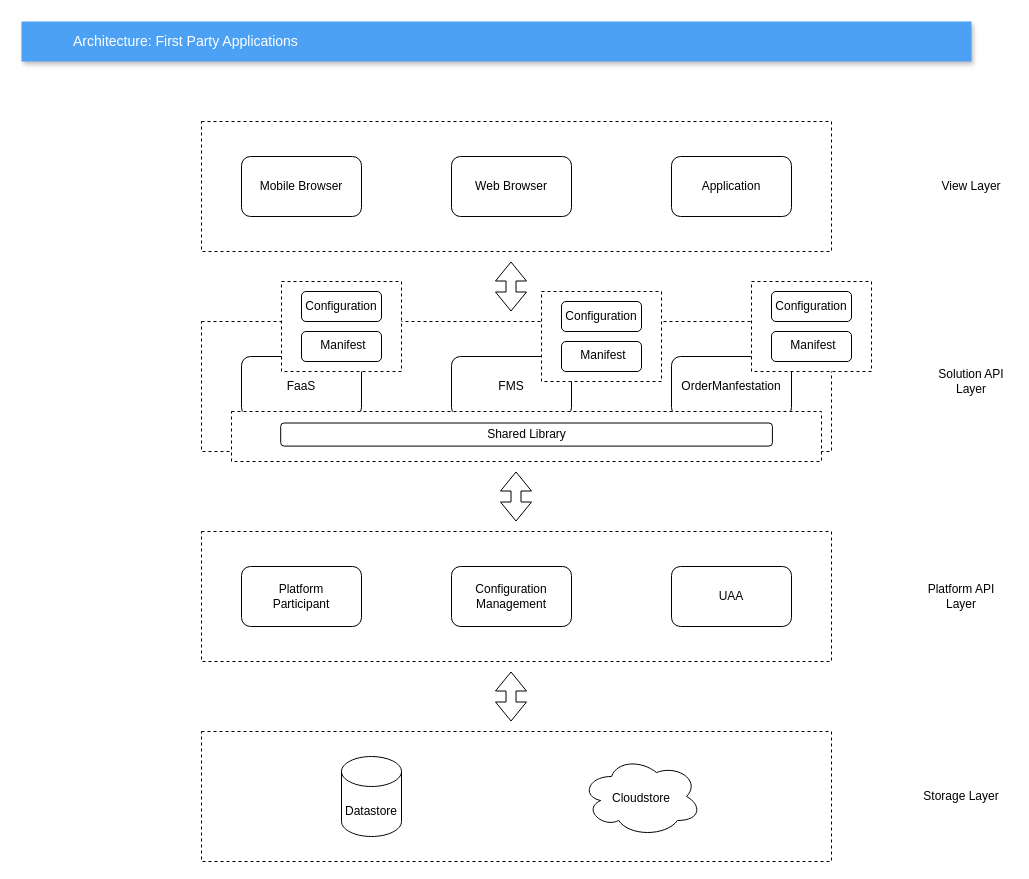
This is fpa.drawio from jayanthkmr/architecture-diagrams, a draw.io file, before an edit. Source tidied: cells renumbered, new cells numbered last; positions are measured from the earlier drawing's top-left corner, leaving out a move shared by most shapes. Both pictures are drawn from the tidied source at 100%, with x=0, y=0 at pixel (21, 21).
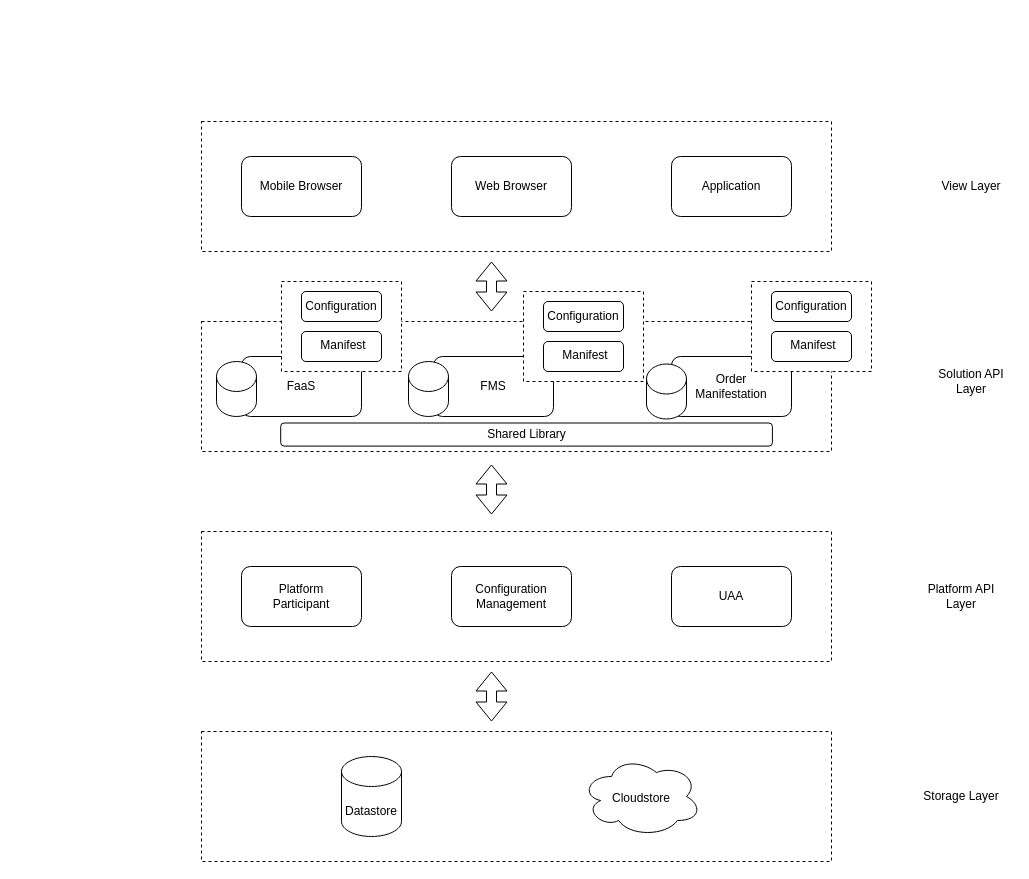
After the change.

The change refers to these unchanged cells:
```xml
<mxCell id="11" style="group;" parent="1" vertex="1">
  <mxGeometry x="180" y="300" width="630" height="140" as="geometry" />
</mxCell>
<mxCell id="19" style="group;" parent="11" vertex="1">
  <mxGeometry x="30" y="90" width="590" height="50" as="geometry" />
</mxCell>
<mxCell id="23" style="group;" parent="11" vertex="1">
  <mxGeometry x="340" y="-30" width="120" height="90" as="geometry" />
</mxCell>
```

Diff of the diagram source:
```diff
@@
-    <mxCell id="2" value="Architecture: First Party Applications" style="fillColor=#4DA1F5;strokeColor=none;shadow=1;gradientColor=none;fontSize=14;align=left;spacingLeft=50;fontColor=#ffffff;html=1;" parent="1" vertex="1">
-      <mxGeometry width="950" height="40" as="geometry" />
-    </mxCell>
@@
     <mxCell id="14" style="rounded=1;whiteSpace=wrap;html=1;" parent="11" vertex="1">
-      <mxGeometry x="250" y="35" width="120" height="60" as="geometry" />
+      <mxGeometry x="232" y="35" width="120" height="60" as="geometry" />
     </mxCell>
@@
     <mxCell id="17" value="FMS" style="text;html=1;strokeColor=none;fillColor=none;align=center;verticalAlign=middle;whiteSpace=wrap;rounded=0;" parent="11" vertex="1">
-      <mxGeometry x="265" y="55" width="90" height="20" as="geometry" />
+      <mxGeometry x="247" y="55" width="90" height="20" as="geometry" />
     </mxCell>
-    <mxCell id="18" value="OrderManfestation" style="text;html=1;strokeColor=none;fillColor=none;align=center;verticalAlign=middle;whiteSpace=wrap;rounded=0;" parent="11" vertex="1">
+    <mxCell id="18" value="Order&lt;br&gt;Manifestation" style="text;html=1;strokeColor=none;fillColor=none;align=center;verticalAlign=middle;whiteSpace=wrap;rounded=0;" parent="11" vertex="1">
       <mxGeometry x="485" y="55" width="90" height="20" as="geometry" />
     </mxCell>
@@
-    <mxCell id="20" style="rounded=0;whiteSpace=wrap;html=1;dashed=1;" parent="19" vertex="1">
-      <mxGeometry width="590" height="50" as="geometry" />
-    </mxCell>
@@
     <mxCell id="24" style="rounded=0;whiteSpace=wrap;html=1;dashed=1;" parent="23" vertex="1">
-      <mxGeometry width="120" height="90" as="geometry" />
+      <mxGeometry x="-18" width="120" height="90" as="geometry" />
     </mxCell>
     <mxCell id="25" style="rounded=1;whiteSpace=wrap;html=1;" parent="23" vertex="1">
-      <mxGeometry x="20" y="10" width="80" height="30" as="geometry" />
+      <mxGeometry x="2" y="10" width="80" height="30" as="geometry" />
     </mxCell>
     <mxCell id="26" value="Configuration" style="text;html=1;strokeColor=none;fillColor=none;align=center;verticalAlign=middle;whiteSpace=wrap;rounded=0;" parent="23" vertex="1">
-      <mxGeometry x="40" y="18.1" width="40" height="13.8" as="geometry" />
+      <mxGeometry x="22" y="18.1" width="40" height="13.8" as="geometry" />
     </mxCell>
@@
     <mxCell id="28" style="rounded=1;whiteSpace=wrap;html=1;" parent="23" vertex="1">
-      <mxGeometry x="20" y="50" width="80" height="30" as="geometry" />
+      <mxGeometry x="2" y="50" width="80" height="30" as="geometry" />
     </mxCell>
     <mxCell id="29" value="Manifest" style="text;html=1;strokeColor=none;fillColor=none;align=center;verticalAlign=middle;whiteSpace=wrap;rounded=0;" parent="23" vertex="1">
-      <mxGeometry x="42" y="56.6" width="40" height="13.8" as="geometry" />
+      <mxGeometry x="24" y="56.6" width="40" height="13.8" as="geometry" />
     </mxCell>
@@
+    <mxCell id="67" style="shape=cylinder3;whiteSpace=wrap;html=1;boundedLbl=1;backgroundOutline=1;size=15;" parent="11" vertex="1">
+      <mxGeometry x="15" y="40" width="40" height="55" as="geometry" />
+    </mxCell>
+    <mxCell id="68" style="shape=cylinder3;whiteSpace=wrap;html=1;boundedLbl=1;backgroundOutline=1;size=15;" parent="11" vertex="1">
+      <mxGeometry x="207" y="40" width="40" height="55" as="geometry" />
+    </mxCell>
+    <mxCell id="69" style="shape=cylinder3;whiteSpace=wrap;html=1;boundedLbl=1;backgroundOutline=1;size=15;" parent="11" vertex="1">
+      <mxGeometry x="445" y="42.5" width="40" height="55" as="geometry" />
+    </mxCell>
@@
     <mxCell id="41" style="shape=flexArrow;endArrow=classic;startArrow=classic;html=1;" parent="1" edge="1">
       <mxGeometry relative="1" as="geometry">
-        <mxPoint x="489.5" y="290" as="sourcePoint" />
-        <mxPoint x="489.5" y="240" as="targetPoint" />
+        <mxPoint x="470" y="290" as="sourcePoint" />
+        <mxPoint x="470" y="240" as="targetPoint" />
       </mxGeometry>
     </mxCell>
     <mxCell id="42" style="shape=flexArrow;endArrow=classic;startArrow=classic;html=1;" parent="1" edge="1">
       <mxGeometry relative="1" as="geometry">
-        <mxPoint x="494.5" y="500" as="sourcePoint" />
-        <mxPoint x="494.5" y="450" as="targetPoint" />
+        <mxPoint x="470" y="493" as="sourcePoint" />
+        <mxPoint x="470" y="443" as="targetPoint" />
       </mxGeometry>
     </mxCell>
     <mxCell id="43" style="shape=flexArrow;endArrow=classic;startArrow=classic;html=1;" parent="1" edge="1">
       <mxGeometry relative="1" as="geometry">
-        <mxPoint x="489.5" y="700" as="sourcePoint" />
-        <mxPoint x="489.5" y="650" as="targetPoint" />
+        <mxPoint x="470" y="700" as="sourcePoint" />
+        <mxPoint x="470" y="650" as="targetPoint" />
       </mxGeometry>
     </mxCell>
```
